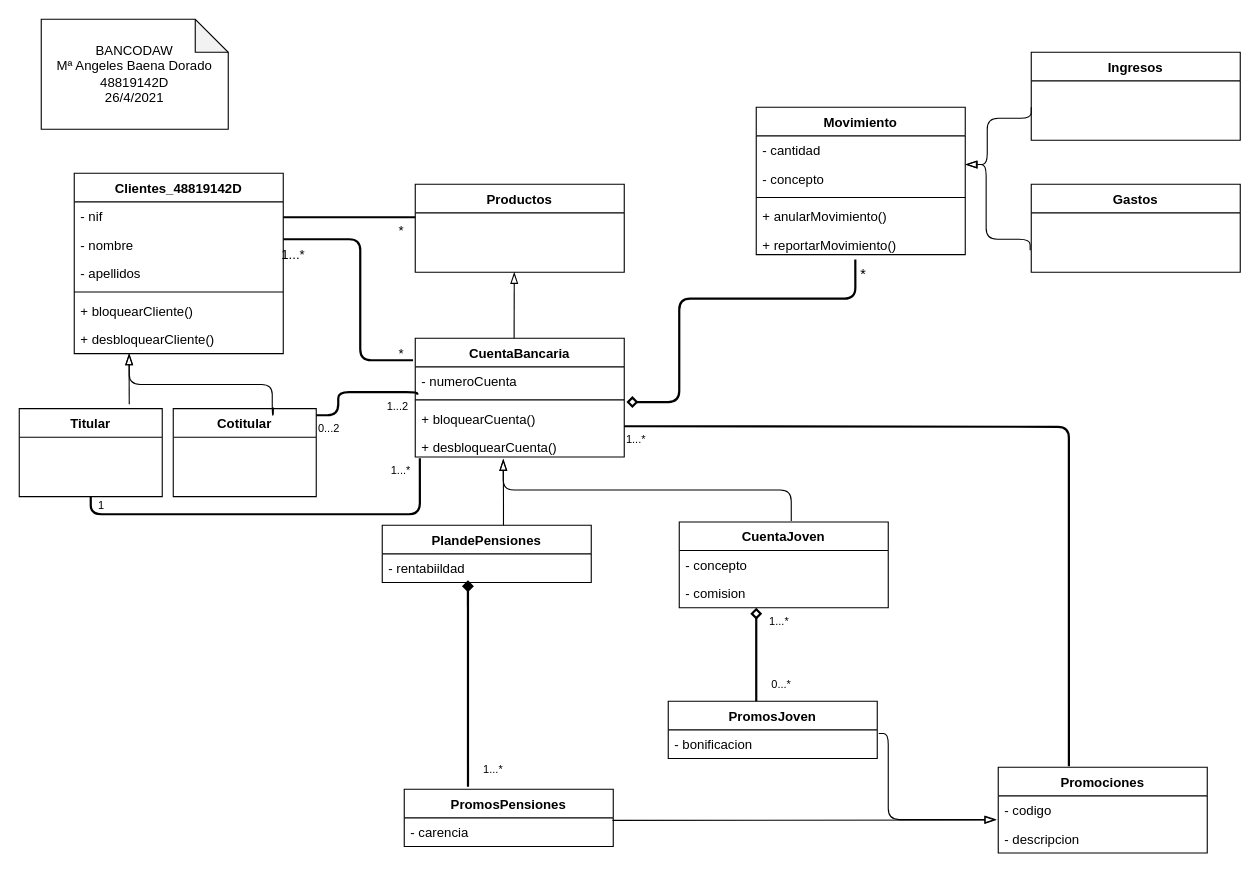
Earlier version of the draw.io diagram ejerdiagclase.drawio (MarianBaena/UML). Source tidied: cells renumbered, new cells numbered last; positions are measured from the earlier drawing's top-left corner, leaving out a move shared by most shapes. Both pictures are drawn from the tidied source at 110%, with x=0, y=0 at pixel (19, 19).
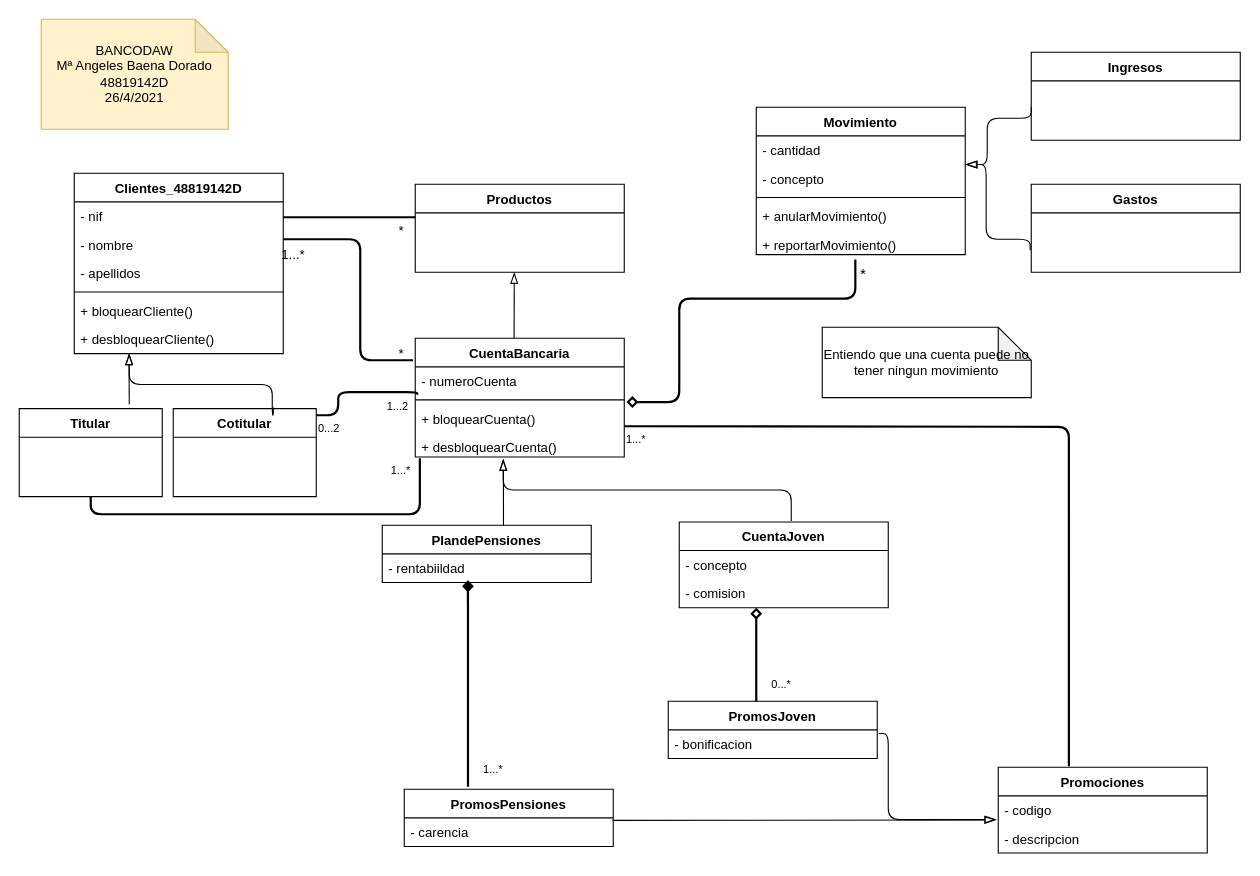
Above is the later version.

Unchanged cells that the change refers to:
```xml
<mxCell id="68" style="verticalAlign=bottom;html=1;endArrow=none;edgeStyle=orthogonalEdgeStyle;strokeWidth=2;fontSize=13;exitX=0.5;exitY=1;exitDx=0;exitDy=0;entryX=0.022;entryY=1.045;entryDx=0;entryDy=0;entryPerimeter=0;" parent="1" edge="1" source="22" target="15">
  <mxGeometry x="-0.05" y="10" relative="1" as="geometry">
    <Array as="points">
      <mxPoint x="65" y="450" />
      <mxPoint x="364" y="450" />
    </Array>
  </mxGeometry>
</mxCell>
```

What changed in the source:
```diff
@@
-    <mxCell id="2" value="&lt;div&gt;BANCODAW&lt;/div&gt;&lt;div&gt;Mª Angeles Baena Dorado&lt;/div&gt;&lt;div&gt;48819142D&lt;br&gt;&lt;/div&gt;&lt;div&gt;26/4/2021&lt;br&gt;&lt;/div&gt;" style="shape=note;whiteSpace=wrap;html=1;backgroundOutline=1;darkOpacity=0.05;fontStyle=0;" parent="1" vertex="1">
+    <mxCell id="2" value="&lt;div&gt;BANCODAW&lt;/div&gt;&lt;div&gt;Mª Angeles Baena Dorado&lt;/div&gt;&lt;div&gt;48819142D&lt;br&gt;&lt;/div&gt;&lt;div&gt;26/4/2021&lt;br&gt;&lt;/div&gt;" style="shape=note;whiteSpace=wrap;html=1;backgroundOutline=1;darkOpacity=0.05;fontStyle=0;fillColor=#fff2cc;strokeColor=#d6b656;" parent="1" vertex="1">
       <mxGeometry x="20" width="170" height="100" as="geometry" />
     </mxCell>
@@
-    <mxCell id="59" value="1...*" style="html=1;align=right;verticalAlign=top;labelBackgroundColor=none;fontSize=10;" parent="1" vertex="1">
-      <mxGeometry x="700" y="535" as="geometry" />
-    </mxCell>
@@
-    <mxCell id="69" value="1" style="html=1;align=left;verticalAlign=top;labelBackgroundColor=none;fontSize=10;" parent="68" vertex="1">
-      <mxGeometry x="-1" relative="1" as="geometry">
-        <mxPoint x="5" y="-4" as="offset" />
-      </mxGeometry>
-    </mxCell>
@@
+    <mxCell id="71" value="Entiendo que una cuenta puede no tener ningun movimiento" style="shape=note;whiteSpace=wrap;html=1;backgroundOutline=1;darkOpacity=0.05;fontStyle=0;" parent="1" vertex="1">
+      <mxGeometry x="730" y="280" width="190" height="64" as="geometry" />
+    </mxCell>
```
